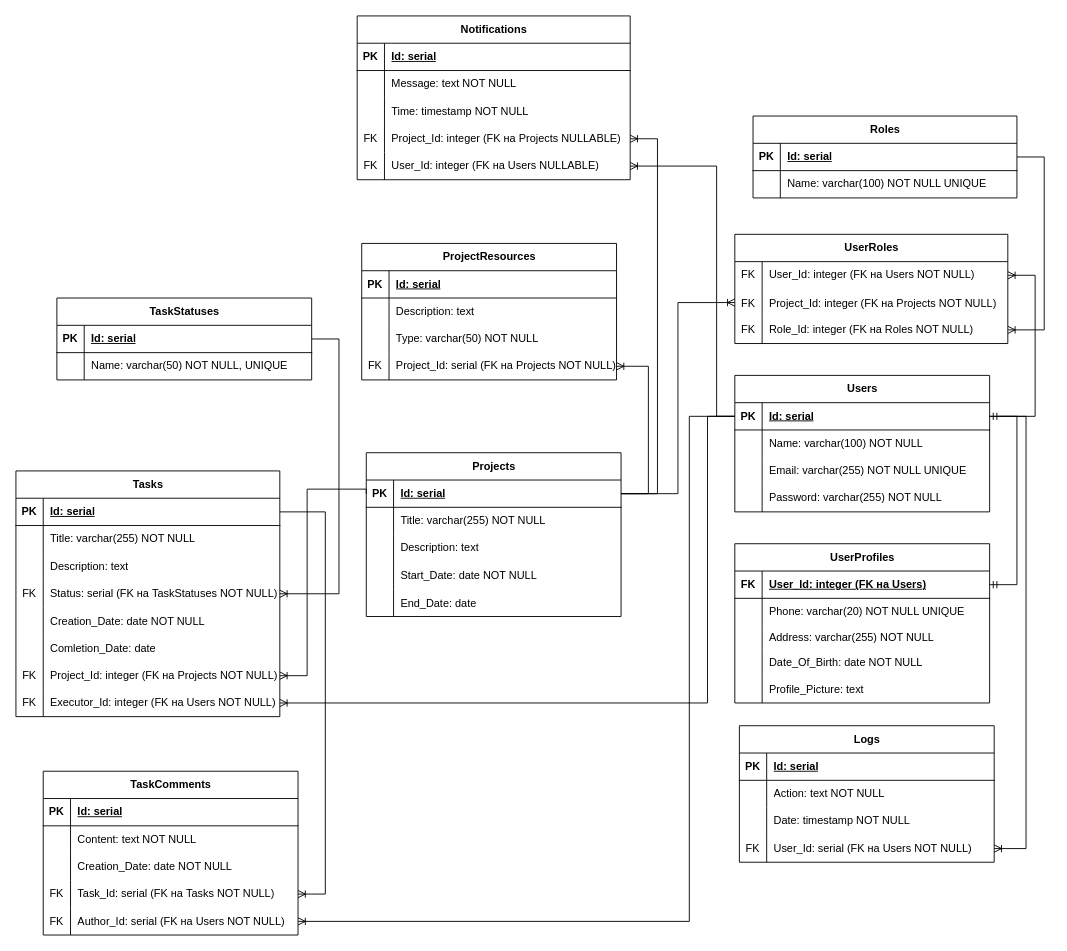
Before: DB_scheme.drawio in Pumpardian/DMnDBCS, a draw.io diagram. Source tidied: cells renumbered, new cells numbered last; positions are measured from the earlier drawing's top-left corner, leaving out a move shared by most shapes. Both pictures are drawn from the tidied source at 91%, with x=0, y=0 at pixel (15, 15).
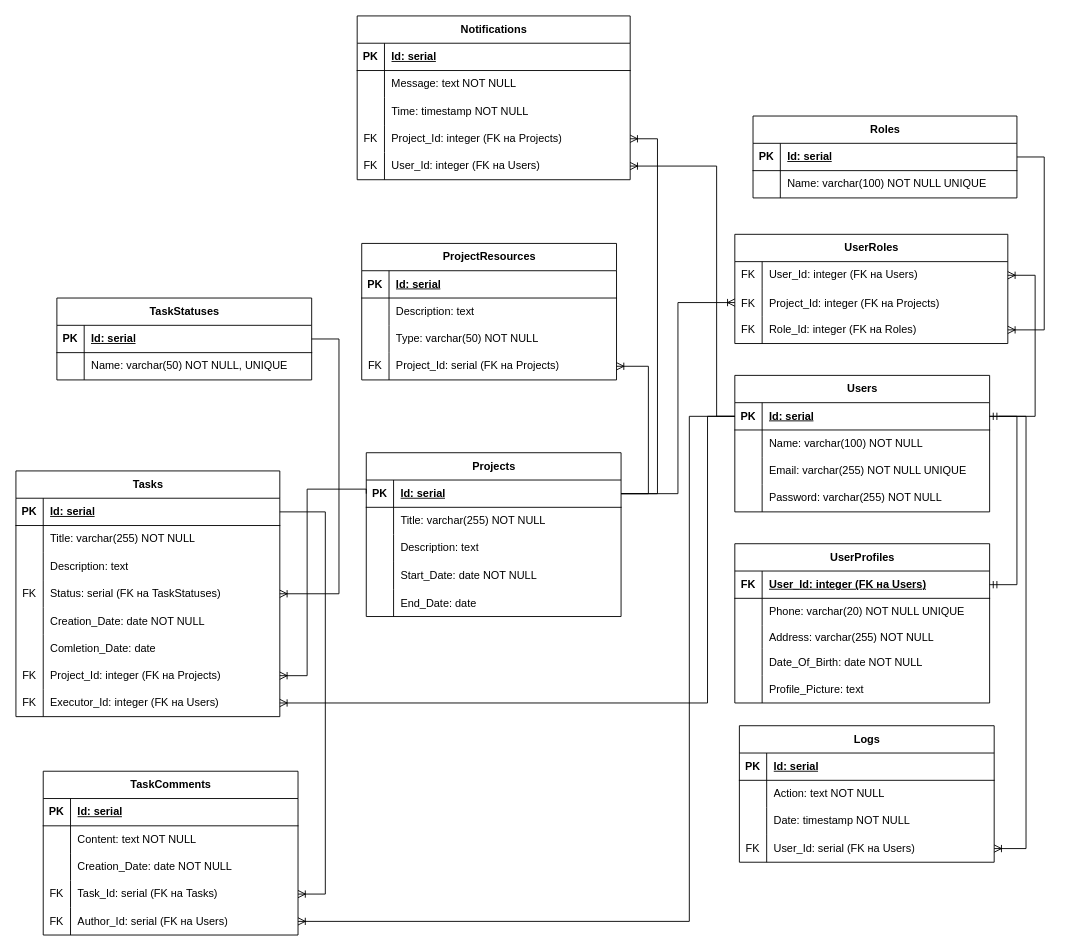
The same page after the edit.

Commit message (it also covers changes not shown here):
Renamed .sql files folder name, fixed diagram, did logging triggers & also completion dates trigger

Unchanged cells that the change refers to:
```xml
<mxCell id="32" style="shape=tableRow;horizontal=0;startSize=0;swimlaneHead=0;swimlaneBody=0;fillColor=none;points=[[0,0.5],[1,0.5]];portConstraint=eastwest;top=0;left=0;right=0;bottom=0;" parent="22" vertex="1">
  <mxGeometry y="120" width="290" height="30" as="geometry" />
</mxCell>
<mxCell id="41" style="shape=tableRow;horizontal=0;startSize=0;swimlaneHead=0;swimlaneBody=0;fillColor=none;points=[[0,0.5],[1,0.5]];portConstraint=eastwest;top=0;left=0;right=0;bottom=0;" parent="22" vertex="1">
  <mxGeometry y="210" width="290" height="30" as="geometry" />
</mxCell>
<mxCell id="44" style="shape=tableRow;horizontal=0;startSize=0;swimlaneHead=0;swimlaneBody=0;fillColor=none;points=[[0,0.5],[1,0.5]];portConstraint=eastwest;top=0;left=0;right=0;bottom=0;" parent="22" vertex="1">
  <mxGeometry y="240" width="290" height="30" as="geometry" />
</mxCell>
<mxCell id="73" style="shape=tableRow;horizontal=0;startSize=0;swimlaneHead=0;swimlaneBody=0;fillColor=none;points=[[0,0.5],[1,0.5]];portConstraint=eastwest;top=0;left=0;right=0;bottom=0;" parent="63" vertex="1">
  <mxGeometry y="120" width="280" height="30" as="geometry" />
</mxCell>
<mxCell id="76" style="shape=tableRow;horizontal=0;startSize=0;swimlaneHead=0;swimlaneBody=0;fillColor=none;points=[[0,0.5],[1,0.5]];portConstraint=eastwest;top=0;left=0;right=0;bottom=0;" parent="63" vertex="1">
  <mxGeometry y="150" width="280" height="30" as="geometry" />
</mxCell>
<mxCell id="89" style="shape=tableRow;horizontal=0;startSize=0;swimlaneHead=0;swimlaneBody=0;fillColor=none;points=[[0,0.5],[1,0.5]];portConstraint=eastwest;top=0;left=0;right=0;bottom=0;" parent="79" vertex="1">
  <mxGeometry y="120" width="280" height="30" as="geometry" />
</mxCell>
<mxCell id="102" style="shape=tableRow;horizontal=0;startSize=0;swimlaneHead=0;swimlaneBody=0;fillColor=none;points=[[0,0.5],[1,0.5]];portConstraint=eastwest;top=0;left=0;right=0;bottom=0;" parent="92" vertex="1">
  <mxGeometry y="120" width="280" height="30" as="geometry" />
</mxCell>
<mxCell id="115" style="shape=tableRow;horizontal=0;startSize=0;swimlaneHead=0;swimlaneBody=0;fillColor=none;points=[[0,0.5],[1,0.5]];portConstraint=eastwest;top=0;left=0;right=0;bottom=0;" parent="105" vertex="1">
  <mxGeometry y="120" width="300" height="30" as="geometry" />
</mxCell>
<mxCell id="118" style="shape=tableRow;horizontal=0;startSize=0;swimlaneHead=0;swimlaneBody=0;fillColor=none;points=[[0,0.5],[1,0.5]];portConstraint=eastwest;top=0;left=0;right=0;bottom=0;" parent="105" vertex="1">
  <mxGeometry y="150" width="300" height="30" as="geometry" />
</mxCell>
<mxCell id="138" style="shape=tableRow;horizontal=0;startSize=0;swimlaneHead=0;swimlaneBody=0;fillColor=none;points=[[0,0.5],[1,0.5]];portConstraint=eastwest;top=0;left=0;right=0;bottom=0;" parent="137" vertex="1">
  <mxGeometry y="30" width="300" height="30" as="geometry" />
</mxCell>
<mxCell id="141" style="shape=tableRow;horizontal=0;startSize=0;swimlaneHead=0;swimlaneBody=0;fillColor=none;points=[[0,0.5],[1,0.5]];portConstraint=eastwest;top=0;left=0;right=0;bottom=0;" parent="137" vertex="1">
  <mxGeometry y="60" width="300" height="30" as="geometry" />
</mxCell>
<mxCell id="144" style="shape=tableRow;horizontal=0;startSize=0;swimlaneHead=0;swimlaneBody=0;fillColor=none;points=[[0,0.5],[1,0.5]];portConstraint=eastwest;top=0;left=0;right=0;bottom=0;" parent="137" vertex="1">
  <mxGeometry y="90" width="300" height="30" as="geometry" />
</mxCell>
```

What changed in the source:
```diff
@@
-    <mxCell id="34" value="Status: serial (FK на TaskStatuses NOT NULL)" style="shape=partialRectangle;fillColor=none;top=0;left=0;bottom=0;right=0;align=left;spacingLeft=6;overflow=hidden;whiteSpace=wrap;html=1;" parent="32" vertex="1">
+    <mxCell id="34" value="Status: serial (FK на TaskStatuses)" style="shape=partialRectangle;fillColor=none;top=0;left=0;bottom=0;right=0;align=left;spacingLeft=6;overflow=hidden;whiteSpace=wrap;html=1;" parent="32" vertex="1">
       <mxGeometry x="30" width="260" height="30" as="geometry" />
     </mxCell>
@@
-    <mxCell id="43" value="Project_Id: integer (FK на Projects&amp;nbsp;&lt;span style=&quot;text-wrap-mode: nowrap;&quot;&gt;NOT NULL&lt;/span&gt;)" style="shape=partialRectangle;fillColor=none;top=0;left=0;bottom=0;right=0;align=left;spacingLeft=6;fontStyle=0;overflow=hidden;whiteSpace=wrap;html=1;" parent="41" vertex="1">
+    <mxCell id="43" value="Project_Id: integer (FK на Projects)" style="shape=partialRectangle;fillColor=none;top=0;left=0;bottom=0;right=0;align=left;spacingLeft=6;fontStyle=0;overflow=hidden;whiteSpace=wrap;html=1;" parent="41" vertex="1">
       <mxGeometry x="30" width="260" height="30" as="geometry" />
     </mxCell>
@@
-    <mxCell id="46" value="Executor_Id: integer (FK на Users&amp;nbsp;&lt;span style=&quot;text-wrap-mode: nowrap;&quot;&gt;NOT NULL&lt;/span&gt;)" style="shape=partialRectangle;fillColor=none;top=0;left=0;bottom=0;right=0;align=left;spacingLeft=6;fontStyle=0;overflow=hidden;whiteSpace=wrap;html=1;" parent="44" vertex="1">
+    <mxCell id="46" value="Executor_Id: integer (FK на Users)" style="shape=partialRectangle;fillColor=none;top=0;left=0;bottom=0;right=0;align=left;spacingLeft=6;fontStyle=0;overflow=hidden;whiteSpace=wrap;html=1;" parent="44" vertex="1">
       <mxGeometry x="30" width="260" height="30" as="geometry" />
     </mxCell>
@@
-    <mxCell id="75" value="Task_Id: serial (FK на Tasks NOT NULL)" style="shape=partialRectangle;fillColor=none;top=0;left=0;bottom=0;right=0;align=left;spacingLeft=6;fontStyle=0;overflow=hidden;whiteSpace=wrap;html=1;" parent="73" vertex="1">
+    <mxCell id="75" value="Task_Id: serial (FK на Tasks)" style="shape=partialRectangle;fillColor=none;top=0;left=0;bottom=0;right=0;align=left;spacingLeft=6;fontStyle=0;overflow=hidden;whiteSpace=wrap;html=1;" parent="73" vertex="1">
       <mxGeometry x="30" width="250" height="30" as="geometry" />
     </mxCell>
@@
-    <mxCell id="78" value="Author_Id: serial (FK на Users NOT NULL)" style="shape=partialRectangle;fillColor=none;top=0;left=0;bottom=0;right=0;align=left;spacingLeft=6;fontStyle=0;overflow=hidden;whiteSpace=wrap;html=1;" parent="76" vertex="1">
+    <mxCell id="78" value="Author_Id: serial (FK на Users)" style="shape=partialRectangle;fillColor=none;top=0;left=0;bottom=0;right=0;align=left;spacingLeft=6;fontStyle=0;overflow=hidden;whiteSpace=wrap;html=1;" parent="76" vertex="1">
       <mxGeometry x="30" width="250" height="30" as="geometry" />
     </mxCell>
@@
-    <mxCell id="91" value="Project_Id: serial (FK на Projects NOT NULL)" style="shape=partialRectangle;fillColor=none;top=0;left=0;bottom=0;right=0;align=left;spacingLeft=6;fontStyle=0;overflow=hidden;whiteSpace=wrap;html=1;" parent="89" vertex="1">
+    <mxCell id="91" value="Project_Id: serial (FK на Projects)" style="shape=partialRectangle;fillColor=none;top=0;left=0;bottom=0;right=0;align=left;spacingLeft=6;fontStyle=0;overflow=hidden;whiteSpace=wrap;html=1;" parent="89" vertex="1">
       <mxGeometry x="30" width="250" height="30" as="geometry" />
     </mxCell>
@@
-    <mxCell id="104" value="User_Id: serial (FK на Users NOT NULL)" style="shape=partialRectangle;fillColor=none;top=0;left=0;bottom=0;right=0;align=left;spacingLeft=6;fontStyle=0;overflow=hidden;whiteSpace=wrap;html=1;" parent="102" vertex="1">
+    <mxCell id="104" value="User_Id: serial (FK на Users)" style="shape=partialRectangle;fillColor=none;top=0;left=0;bottom=0;right=0;align=left;spacingLeft=6;fontStyle=0;overflow=hidden;whiteSpace=wrap;html=1;" parent="102" vertex="1">
       <mxGeometry x="30" width="250" height="30" as="geometry" />
     </mxCell>
@@
-    <mxCell id="117" value="Project_Id: integer (FK на Projects NULLABLE)" style="shape=partialRectangle;fillColor=none;top=0;left=0;bottom=0;right=0;align=left;spacingLeft=6;overflow=hidden;whiteSpace=wrap;html=1;" parent="115" vertex="1">
+    <mxCell id="117" value="Project_Id: integer (FK на Projects)" style="shape=partialRectangle;fillColor=none;top=0;left=0;bottom=0;right=0;align=left;spacingLeft=6;overflow=hidden;whiteSpace=wrap;html=1;" parent="115" vertex="1">
       <mxGeometry x="30" width="270" height="30" as="geometry" />
     </mxCell>
@@
-    <mxCell id="120" value="User_Id: integer (FK на Users NULLABLE)" style="shape=partialRectangle;fillColor=none;top=0;left=0;bottom=0;right=0;align=left;spacingLeft=6;fontStyle=0;overflow=hidden;whiteSpace=wrap;html=1;" parent="118" vertex="1">
+    <mxCell id="120" value="User_Id: integer (FK на Users)" style="shape=partialRectangle;fillColor=none;top=0;left=0;bottom=0;right=0;align=left;spacingLeft=6;fontStyle=0;overflow=hidden;whiteSpace=wrap;html=1;" parent="118" vertex="1">
       <mxGeometry x="30" width="270" height="30" as="geometry" />
     </mxCell>
@@
-    <mxCell id="140" value="User_Id: integer (FK на Users NOT NULL)" style="shape=partialRectangle;fillColor=none;top=0;left=0;bottom=0;right=0;align=left;spacingLeft=6;fontStyle=0;overflow=hidden;whiteSpace=wrap;html=1;" parent="138" vertex="1">
+    <mxCell id="140" value="User_Id: integer (FK на Users)" style="shape=partialRectangle;fillColor=none;top=0;left=0;bottom=0;right=0;align=left;spacingLeft=6;fontStyle=0;overflow=hidden;whiteSpace=wrap;html=1;" parent="138" vertex="1">
       <mxGeometry x="30" width="270" height="30" as="geometry" />
     </mxCell>
@@
-    <mxCell id="143" value="Project_Id: integer (FK на Projects NOT NULL)" style="shape=partialRectangle;fillColor=none;top=0;left=0;bottom=0;right=0;align=left;spacingLeft=6;overflow=hidden;" parent="141" vertex="1">
+    <mxCell id="143" value="Project_Id: integer (FK на Projects)" style="shape=partialRectangle;fillColor=none;top=0;left=0;bottom=0;right=0;align=left;spacingLeft=6;overflow=hidden;" parent="141" vertex="1">
       <mxGeometry x="30" width="270" height="30" as="geometry" />
     </mxCell>
@@
-    <mxCell id="146" value="Role_Id: integer (FK на Roles NOT NULL)" style="shape=partialRectangle;fillColor=none;top=0;left=0;bottom=0;right=0;align=left;spacingLeft=6;fontStyle=0;overflow=hidden;whiteSpace=wrap;html=1;" parent="144" vertex="1">
+    <mxCell id="146" value="Role_Id: integer (FK на Roles)" style="shape=partialRectangle;fillColor=none;top=0;left=0;bottom=0;right=0;align=left;spacingLeft=6;fontStyle=0;overflow=hidden;whiteSpace=wrap;html=1;" parent="144" vertex="1">
       <mxGeometry x="30" width="270" height="30" as="geometry" />
     </mxCell>
```
